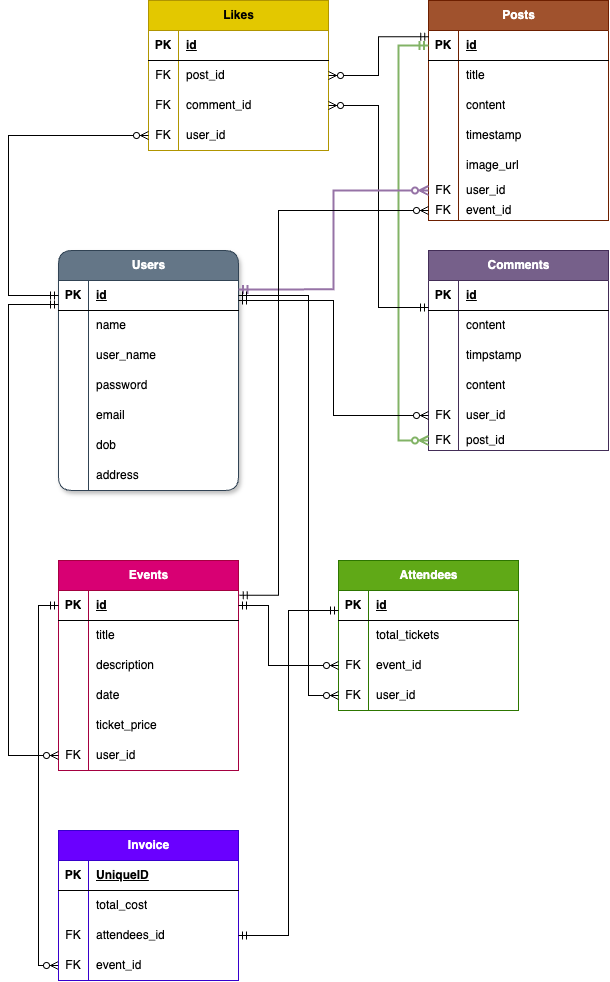
This is DOCS/music_socialmedia.drawio.png from TommyMart/Data_Visualisation_API, a draw.io export, as it was before one commit. Source tidied: cells renumbered, new cells last; positions are measured from the earlier drawing's top-left corner, leaving out a move shared by most shapes.
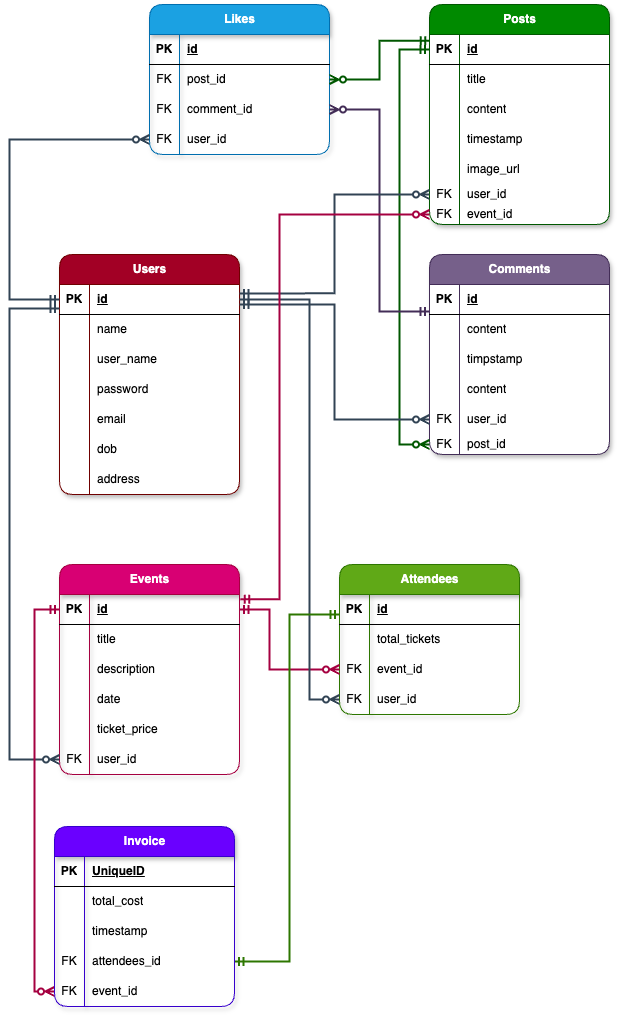
Above is the later version.

Commit message:
added new ERD diagram

Change to the diagram source:
```diff
@@ -1,8 +1,8 @@
-<mxGraphModel>
+<mxGraphModel background="#ffffff">
   <root>
     <mxCell id="0" />
     <mxCell id="1" parent="0" />
-    <mxCell id="2" value="Users" style="shape=table;startSize=30;rowLines=0;fontStyle=1;align=center;html=1;fillColor=#647687;strokeColor=#314354;rounded=1;swimlaneLine=1;shadow=1;swimlaneFillColor=default;fontColor=#ffffff;" parent="1" vertex="1">
+    <mxCell id="2" value="Users" style="shape=table;startSize=30;rowLines=0;fontStyle=1;align=center;html=1;fillColor=#a20025;strokeColor=#6F0000;rounded=1;swimlaneLine=1;shadow=1;swimlaneFillColor=default;fontColor=#ffffff;" parent="1" vertex="1">
       <mxGeometry x="50" y="250" width="180" height="240" as="geometry" />
     </mxCell>
     <mxCell id="3" style="shape=tableRow;horizontal=0;startSize=0;swimlaneHead=0;swimlaneBody=0;fillColor=none;points=[[0,0.5],[1,0.5]];portConstraint=eastwest;top=0;left=0;right=0;bottom=1;" parent="2" vertex="1">
@@ -68,7 +68,7 @@
     <mxCell id="23" value="address" style="shape=partialRectangle;fillColor=none;top=0;left=0;bottom=0;right=0;align=left;spacingLeft=6;overflow=hidden;whiteSpace=wrap;html=1;" parent="21" vertex="1">
       <mxGeometry x="30" width="150" height="30" as="geometry" />
     </mxCell>
-    <mxCell id="24" value="Posts" style="shape=table;startSize=30;rowLines=0;fontStyle=1;align=center;html=1;fillColor=#a0522d;strokeColor=#6D1F00;swimlaneFillColor=default;fillStyle=solid;fontColor=#ffffff;" parent="1" vertex="1">
+    <mxCell id="24" value="Posts" style="shape=table;startSize=30;rowLines=0;fontStyle=1;align=center;html=1;fillColor=#008a00;strokeColor=#005700;swimlaneFillColor=default;fillStyle=solid;fontColor=#ffffff;rounded=1;shadow=1;" parent="1" vertex="1">
       <mxGeometry x="420" width="180" height="220" as="geometry" />
     </mxCell>
     <mxCell id="25" style="shape=tableRow;horizontal=0;startSize=0;swimlaneHead=0;swimlaneBody=0;fillColor=none;points=[[0,0.5],[1,0.5]];portConstraint=eastwest;top=0;left=0;right=0;bottom=1;" parent="24" vertex="1">
@@ -134,7 +134,7 @@
     <mxCell id="45" value="event_id" style="shape=partialRectangle;fillColor=none;top=0;left=0;bottom=0;right=0;align=left;spacingLeft=6;overflow=hidden;whiteSpace=wrap;html=1;" parent="43" vertex="1">
       <mxGeometry x="30" width="150" height="20" as="geometry" />
     </mxCell>
-    <mxCell id="46" value="Comments" style="shape=table;startSize=30;rowLines=0;fontStyle=1;align=center;html=1;fillColor=#76608a;strokeColor=#432D57;swimlaneFillColor=default;fontColor=#ffffff;" parent="1" vertex="1">
+    <mxCell id="46" value="Comments" style="shape=table;startSize=30;rowLines=0;fontStyle=1;align=center;html=1;fillColor=#76608a;strokeColor=#432D57;swimlaneFillColor=default;fontColor=#ffffff;shadow=1;rounded=1;" parent="1" vertex="1">
       <mxGeometry x="420" y="250" width="180" height="200" as="geometry" />
     </mxCell>
     <mxCell id="47" style="shape=tableRow;horizontal=0;startSize=0;swimlaneHead=0;swimlaneBody=0;fillColor=none;top=0;left=0;right=0;bottom=1;" parent="46" vertex="1">
@@ -191,7 +191,7 @@
     <mxCell id="64" value="post_id" style="shape=partialRectangle;fillColor=none;top=0;left=0;bottom=0;right=0;align=left;spacingLeft=6;overflow=hidden;whiteSpace=wrap;html=1;" parent="62" vertex="1">
       <mxGeometry x="30" width="150" height="20" as="geometry" />
     </mxCell>
-    <mxCell id="65" value="Likes" style="shape=table;startSize=30;rowLines=0;fontStyle=1;align=center;html=1;fillColor=#e3c800;strokeColor=#B09500;fontColor=#000000;" parent="1" vertex="1">
+    <mxCell id="65" value="Likes" style="shape=table;startSize=30;rowLines=0;fontStyle=1;align=center;html=1;fillColor=#1ba1e2;strokeColor=#006EAF;fontColor=#ffffff;rounded=1;shadow=1;" parent="1" vertex="1">
       <mxGeometry x="140" width="180" height="150" as="geometry" />
     </mxCell>
     <mxCell id="66" style="shape=tableRow;horizontal=0;startSize=0;swimlaneHead=0;swimlaneBody=0;fillColor=none;top=0;left=0;right=0;bottom=1;" parent="65" vertex="1">
@@ -230,7 +230,7 @@
     <mxCell id="77" value="user_id" style="shape=partialRectangle;fillColor=none;top=0;left=0;bottom=0;right=0;align=left;spacingLeft=6;overflow=hidden;whiteSpace=wrap;html=1;" parent="75" vertex="1">
       <mxGeometry x="30" width="150" height="30" as="geometry" />
     </mxCell>
-    <mxCell id="78" style="edgeStyle=orthogonalEdgeStyle;rounded=0;jettySize=auto;html=1;startArrow=ERmandOne;startFill=0;endArrow=ERzeroToMany;endFill=0;" parent="1" edge="1" source="3">
+    <mxCell id="78" style="edgeStyle=orthogonalEdgeStyle;rounded=0;jettySize=auto;html=1;startArrow=ERmandOne;startFill=0;endArrow=ERzeroToMany;endFill=0;fillColor=#647687;strokeColor=#314354;strokeWidth=2;" parent="1" edge="1" source="3">
       <mxGeometry relative="1" as="geometry">
         <mxPoint x="140" y="135" as="targetPoint" />
         <Array as="points">
@@ -239,10 +239,10 @@
         </Array>
       </mxGeometry>
     </mxCell>
-    <mxCell id="79" style="edgeStyle=orthogonalEdgeStyle;rounded=0;jettySize=auto;html=1;entryX=0.002;entryY=0.209;entryDx=0;entryDy=0;startArrow=ERzeroToMany;startFill=0;endArrow=ERmandOne;endFill=0;entryPerimeter=0;" parent="1" edge="1" source="69" target="25">
+    <mxCell id="79" style="edgeStyle=orthogonalEdgeStyle;rounded=0;jettySize=auto;html=1;entryX=0.002;entryY=0.209;entryDx=0;entryDy=0;startArrow=ERzeroToMany;startFill=0;endArrow=ERmandOne;endFill=0;entryPerimeter=0;fillColor=#008a00;strokeColor=#005700;strokeWidth=2;" parent="1" edge="1" source="69" target="25">
       <mxGeometry relative="1" as="geometry" />
     </mxCell>
-    <mxCell id="80" style="edgeStyle=orthogonalEdgeStyle;rounded=0;jettySize=auto;html=1;entryX=0;entryY=0.5;entryDx=0;entryDy=0;startArrow=ERmandOne;startFill=0;endArrow=ERzeroToMany;endFill=0;fillColor=#d5e8d4;strokeColor=#82b366;strokeWidth=2;" parent="1" edge="1" source="25" target="62">
+    <mxCell id="80" style="edgeStyle=orthogonalEdgeStyle;rounded=0;jettySize=auto;html=1;entryX=0;entryY=0.5;entryDx=0;entryDy=0;startArrow=ERmandOne;startFill=0;endArrow=ERzeroToMany;endFill=0;fillColor=#008a00;strokeColor=#005700;strokeWidth=2;" parent="1" edge="1" source="25" target="62">
       <mxGeometry relative="1" as="geometry">
         <Array as="points">
           <mxPoint x="390" y="45" />
@@ -250,7 +250,7 @@
         </Array>
       </mxGeometry>
     </mxCell>
-    <mxCell id="81" style="edgeStyle=orthogonalEdgeStyle;rounded=0;jettySize=auto;html=1;entryX=1;entryY=0.5;entryDx=0;entryDy=0;startArrow=ERmandOne;startFill=0;endArrow=ERzeroToMany;endFill=0;" parent="1" edge="1" target="72">
+    <mxCell id="81" style="edgeStyle=orthogonalEdgeStyle;rounded=0;jettySize=auto;html=1;entryX=1;entryY=0.5;entryDx=0;entryDy=0;startArrow=ERmandOne;startFill=0;endArrow=ERzeroToMany;endFill=0;strokeWidth=2;fillColor=#76608a;strokeColor=#432D57;" parent="1" edge="1" target="72">
       <mxGeometry relative="1" as="geometry">
         <mxPoint x="420" y="307" as="sourcePoint" />
         <Array as="points">
@@ -259,7 +259,7 @@
         </Array>
       </mxGeometry>
     </mxCell>
-    <mxCell id="82" style="edgeStyle=orthogonalEdgeStyle;rounded=0;jettySize=auto;html=1;entryX=0;entryY=0.5;entryDx=0;entryDy=0;startArrow=ERmandOne;startFill=0;endArrow=ERzeroToMany;endFill=0;" parent="1" edge="1" source="3" target="59">
+    <mxCell id="82" style="edgeStyle=orthogonalEdgeStyle;rounded=0;jettySize=auto;html=1;entryX=0;entryY=0.5;entryDx=0;entryDy=0;startArrow=ERmandOne;startFill=0;endArrow=ERzeroToMany;endFill=0;fillColor=#647687;strokeColor=#314354;strokeWidth=2;" parent="1" edge="1" source="3" target="59">
       <mxGeometry relative="1" as="geometry">
         <Array as="points">
           <mxPoint x="325" y="300" />
@@ -267,7 +267,7 @@
         </Array>
       </mxGeometry>
     </mxCell>
-    <mxCell id="83" value="Events" style="shape=table;startSize=30;rowLines=0;fontStyle=1;align=center;html=1;fillColor=#d80073;fontColor=#ffffff;strokeColor=#A50040;" parent="1" vertex="1">
+    <mxCell id="83" value="Events" style="shape=table;startSize=30;rowLines=0;fontStyle=1;align=center;html=1;fillColor=#d80073;fontColor=#ffffff;strokeColor=#A50040;rounded=1;shadow=1;" parent="1" vertex="1">
       <mxGeometry x="50" y="560" width="180" height="210" as="geometry" />
     </mxCell>
     <mxCell id="84" style="shape=tableRow;horizontal=0;startSize=0;swimlaneHead=0;swimlaneBody=0;fillColor=none;points=[[0,0.5],[1,0.5]];portConstraint=eastwest;top=0;left=0;right=0;bottom=1;" parent="83" vertex="1">
@@ -324,7 +324,7 @@
     <mxCell id="101" value="user_id" style="shape=partialRectangle;fillColor=none;top=0;left=0;bottom=0;right=0;align=left;spacingLeft=6;overflow=hidden;whiteSpace=wrap;html=1;" parent="99" vertex="1">
       <mxGeometry x="30" width="150" height="30" as="geometry" />
     </mxCell>
-    <mxCell id="102" style="edgeStyle=orthogonalEdgeStyle;rounded=0;jettySize=auto;html=1;entryX=0;entryY=0.5;entryDx=0;entryDy=0;startArrow=ERmandOne;startFill=0;endArrow=ERzeroToMany;endFill=0;" parent="1" edge="1" target="99">
+    <mxCell id="102" style="edgeStyle=orthogonalEdgeStyle;rounded=0;jettySize=auto;html=1;entryX=0;entryY=0.5;entryDx=0;entryDy=0;startArrow=ERmandOne;startFill=0;endArrow=ERzeroToMany;endFill=0;fillColor=#647687;strokeColor=#314354;strokeWidth=2;" parent="1" edge="1" target="99">
       <mxGeometry relative="1" as="geometry">
         <mxPoint x="50" y="304" as="sourcePoint" />
         <Array as="points">
@@ -333,7 +333,7 @@
         </Array>
       </mxGeometry>
     </mxCell>
-    <mxCell id="103" value="Attendees" style="shape=table;startSize=30;rowLines=0;fontStyle=1;align=center;html=1;fillColor=#60a917;fontColor=#ffffff;strokeColor=#2D7600;" parent="1" vertex="1">
+    <mxCell id="103" value="Attendees" style="shape=table;startSize=30;rowLines=0;fontStyle=1;align=center;html=1;fillColor=#60a917;fontColor=#ffffff;strokeColor=#2D7600;rounded=1;shadow=1;" parent="1" vertex="1">
       <mxGeometry x="330" y="560" width="180" height="150" as="geometry" />
     </mxCell>
     <mxCell id="104" style="shape=tableRow;horizontal=0;startSize=0;swimlaneHead=0;swimlaneBody=0;fillColor=none;top=0;left=0;right=0;bottom=1;" parent="103" vertex="1">
@@ -372,7 +372,7 @@
     <mxCell id="115" value="user_id" style="shape=partialRectangle;fillColor=none;top=0;left=0;bottom=0;right=0;align=left;spacingLeft=6;overflow=hidden;whiteSpace=wrap;html=1;" parent="113" vertex="1">
       <mxGeometry x="30" width="150" height="30" as="geometry" />
     </mxCell>
-    <mxCell id="116" style="edgeStyle=orthogonalEdgeStyle;rounded=0;jettySize=auto;html=1;entryX=0;entryY=0.5;entryDx=0;entryDy=0;startArrow=ERmandOne;startFill=0;endArrow=ERzeroToMany;endFill=0;" parent="1" edge="1" source="84" target="110">
+    <mxCell id="116" style="edgeStyle=orthogonalEdgeStyle;rounded=0;jettySize=auto;html=1;entryX=0;entryY=0.5;entryDx=0;entryDy=0;startArrow=ERmandOne;startFill=0;endArrow=ERzeroToMany;endFill=0;fillColor=#d80073;strokeColor=#A50040;strokeWidth=2;" parent="1" edge="1" source="84" target="110">
       <mxGeometry relative="1" as="geometry">
         <Array as="points">
           <mxPoint x="260" y="605" />
@@ -380,10 +380,10 @@
         </Array>
       </mxGeometry>
     </mxCell>
-    <mxCell id="117" style="edgeStyle=orthogonalEdgeStyle;rounded=0;jettySize=auto;html=1;entryX=0;entryY=0.5;entryDx=0;entryDy=0;exitX=1;exitY=0.297;exitDx=0;exitDy=0;exitPerimeter=0;startArrow=ERmandOne;startFill=0;endArrow=ERzeroToMany;endFill=0;fillColor=#e1d5e7;strokeColor=#9673a6;strokeWidth=2;" parent="1" edge="1" source="3" target="40">
+    <mxCell id="117" style="edgeStyle=orthogonalEdgeStyle;rounded=0;jettySize=auto;html=1;entryX=0;entryY=0.5;entryDx=0;entryDy=0;exitX=1;exitY=0.297;exitDx=0;exitDy=0;exitPerimeter=0;startArrow=ERmandOne;startFill=0;endArrow=ERzeroToMany;endFill=0;fillColor=#647687;strokeColor=#314354;strokeWidth=2;" parent="1" edge="1" source="3" target="40">
       <mxGeometry relative="1" as="geometry" />
     </mxCell>
-    <mxCell id="118" style="edgeStyle=orthogonalEdgeStyle;rounded=0;jettySize=auto;html=1;entryX=0;entryY=0.5;entryDx=0;entryDy=0;startArrow=ERmandOne;startFill=0;endArrow=ERzeroToMany;endFill=0;" parent="1" edge="1" source="3" target="113">
+    <mxCell id="118" style="edgeStyle=orthogonalEdgeStyle;rounded=0;jettySize=auto;html=1;entryX=0;entryY=0.5;entryDx=0;entryDy=0;startArrow=ERmandOne;startFill=0;endArrow=ERzeroToMany;endFill=0;fillColor=#647687;strokeColor=#314354;strokeWidth=2;" parent="1" edge="1" source="3" target="113">
       <mxGeometry relative="1" as="geometry">
         <Array as="points">
           <mxPoint x="300" y="295" />
@@ -391,11 +391,28 @@
         </Array>
       </mxGeometry>
     </mxCell>
-    <mxCell id="119" style="edgeStyle=orthogonalEdgeStyle;rounded=0;jettySize=auto;html=1;entryX=0;entryY=0.5;entryDx=0;entryDy=0;startArrow=ERmandOne;startFill=0;endArrow=ERzeroToMany;endFill=0;" parent="1" edge="1" source="84" target="130">
+    <mxCell id="119" style="edgeStyle=orthogonalEdgeStyle;rounded=0;jettySize=auto;html=1;entryX=0;entryY=0.5;entryDx=0;entryDy=0;startArrow=ERmandOne;startFill=0;endArrow=ERzeroToMany;endFill=0;fillColor=#d80073;strokeColor=#A50040;strokeWidth=2;" parent="1" edge="1" source="84" target="130">
       <mxGeometry relative="1" as="geometry" />
     </mxCell>
+    <mxCell id="133" style="edgeStyle=orthogonalEdgeStyle;rounded=0;jettySize=auto;html=1;entryX=1;entryY=0.5;entryDx=0;entryDy=0;startArrow=ERmandOne;startFill=0;endArrow=ERmandOne;endFill=0;fillColor=#60a917;strokeColor=#2D7600;strokeWidth=2;" parent="1" edge="1" target="127">
+      <mxGeometry relative="1" as="geometry">
+        <mxPoint x="330" y="610" as="sourcePoint" />
+        <Array as="points">
+          <mxPoint x="280" y="610" />
+          <mxPoint x="280" y="957" />
+        </Array>
+      </mxGeometry>
+    </mxCell>
+    <mxCell id="134" style="edgeStyle=orthogonalEdgeStyle;rounded=0;jettySize=auto;html=1;entryX=1.004;entryY=0.155;entryDx=0;entryDy=0;entryPerimeter=0;startArrow=ERzeroToMany;startFill=0;endArrow=ERmandOne;endFill=0;fillColor=#d80073;strokeColor=#A50040;strokeWidth=2;" parent="1" edge="1" source="43" target="84">
+      <mxGeometry relative="1" as="geometry">
+        <Array as="points">
+          <mxPoint x="270" y="210" />
+          <mxPoint x="270" y="595" />
+        </Array>
+      </mxGeometry>
+    </mxCell>
-    <mxCell id="120" value="Invoice" style="shape=table;startSize=30;rowLines=0;fontStyle=1;align=center;html=1;fillColor=#6a00ff;fontColor=#ffffff;strokeColor=#3700CC;" parent="1" vertex="1">
-      <mxGeometry x="50" y="830" width="180" height="150" as="geometry" />
+    <mxCell id="120" value="Invoice" style="shape=table;startSize=30;rowLines=0;fontStyle=1;align=center;html=1;fillColor=#6a00ff;fontColor=#ffffff;strokeColor=#3700CC;rounded=1;shadow=1;" parent="1" vertex="1">
+      <mxGeometry x="45" y="822" width="180" height="180" as="geometry" />
     </mxCell>
     <mxCell id="121" style="shape=tableRow;horizontal=0;startSize=0;swimlaneHead=0;swimlaneBody=0;fillColor=none;top=0;left=0;right=0;bottom=1;" parent="120" vertex="1">
       <mxGeometry y="30" width="180" height="30" as="geometry" />
@@ -415,8 +432,17 @@
     <mxCell id="126" value="total_cost" style="shape=partialRectangle;fillColor=none;top=0;left=0;bottom=0;right=0;align=left;spacingLeft=6;overflow=hidden;whiteSpace=wrap;html=1;" parent="124" vertex="1">
       <mxGeometry x="30" width="150" height="30" as="geometry" />
     </mxCell>
+    <mxCell id="135" style="shape=tableRow;horizontal=0;startSize=0;swimlaneHead=0;swimlaneBody=0;fillColor=none;top=0;left=0;right=0;bottom=0;" parent="120" vertex="1">
+      <mxGeometry y="90" width="180" height="30" as="geometry" />
+    </mxCell>
+    <mxCell id="136" style="shape=partialRectangle;fillColor=none;top=0;left=0;bottom=0;right=0;overflow=hidden;whiteSpace=wrap;html=1;" parent="135" vertex="1">
+      <mxGeometry width="30" height="30" as="geometry" />
+    </mxCell>
+    <mxCell id="137" value="timestamp" style="shape=partialRectangle;fillColor=none;top=0;left=0;bottom=0;right=0;align=left;spacingLeft=6;overflow=hidden;whiteSpace=wrap;html=1;" parent="135" vertex="1">
+      <mxGeometry x="30" width="150" height="30" as="geometry" />
+    </mxCell>
     <mxCell id="127" style="shape=tableRow;horizontal=0;startSize=0;swimlaneHead=0;swimlaneBody=0;fillColor=none;points=[[0,0.5],[1,0.5]];portConstraint=eastwest;top=0;left=0;right=0;bottom=0;" parent="120" vertex="1">
-      <mxGeometry y="90" width="180" height="30" as="geometry" />
+      <mxGeometry y="120" width="180" height="30" as="geometry" />
     </mxCell>
     <mxCell id="128" value="FK" style="shape=partialRectangle;fillColor=none;top=0;left=0;bottom=0;right=0;overflow=hidden;whiteSpace=wrap;html=1;" parent="127" vertex="1">
       <mxGeometry width="30" height="30" as="geometry" />
@@ -425,7 +451,7 @@
       <mxGeometry x="30" width="150" height="30" as="geometry" />
     </mxCell>
     <mxCell id="130" style="shape=tableRow;horizontal=0;startSize=0;swimlaneHead=0;swimlaneBody=0;fillColor=none;points=[[0,0.5],[1,0.5]];portConstraint=eastwest;top=0;left=0;right=0;bottom=0;" parent="120" vertex="1">
-      <mxGeometry y="120" width="180" height="30" as="geometry" />
+      <mxGeometry y="150" width="180" height="30" as="geometry" />
     </mxCell>
     <mxCell id="131" value="FK" style="shape=partialRectangle;fillColor=none;top=0;left=0;bottom=0;right=0;overflow=hidden;whiteSpace=wrap;html=1;" parent="130" vertex="1">
       <mxGeometry width="30" height="30" as="geometry" />
@@ -433,23 +459,5 @@
     <mxCell id="132" value="event_id" style="shape=partialRectangle;fillColor=none;top=0;left=0;bottom=0;right=0;align=left;spacingLeft=6;overflow=hidden;whiteSpace=wrap;html=1;" parent="130" vertex="1">
       <mxGeometry x="30" width="150" height="30" as="geometry" />
     </mxCell>
-    <mxCell id="133" style="edgeStyle=orthogonalEdgeStyle;rounded=0;jettySize=auto;html=1;entryX=1;entryY=0.5;entryDx=0;entryDy=0;startArrow=ERmandOne;startFill=0;endArrow=ERmandOne;endFill=0;" parent="1" edge="1" target="127">
-      <mxGeometry relative="1" as="geometry">
-        <mxPoint x="330" y="610" as="sourcePoint" />
-        <Array as="points">
-          <mxPoint x="330" y="610" />
-          <mxPoint x="280" y="610" />
-          <mxPoint x="280" y="935" />
-        </Array>
-      </mxGeometry>
-    </mxCell>
-    <mxCell id="134" style="edgeStyle=orthogonalEdgeStyle;rounded=0;jettySize=auto;html=1;entryX=1.004;entryY=0.155;entryDx=0;entryDy=0;entryPerimeter=0;startArrow=ERzeroToMany;startFill=0;endArrow=ERmandOne;endFill=0;" parent="1" edge="1" source="43" target="84">
-      <mxGeometry relative="1" as="geometry">
-        <Array as="points">
-          <mxPoint x="270" y="210" />
-          <mxPoint x="270" y="595" />
-        </Array>
-      </mxGeometry>
-    </mxCell>
   </root>
 </mxGraphModel>
```
